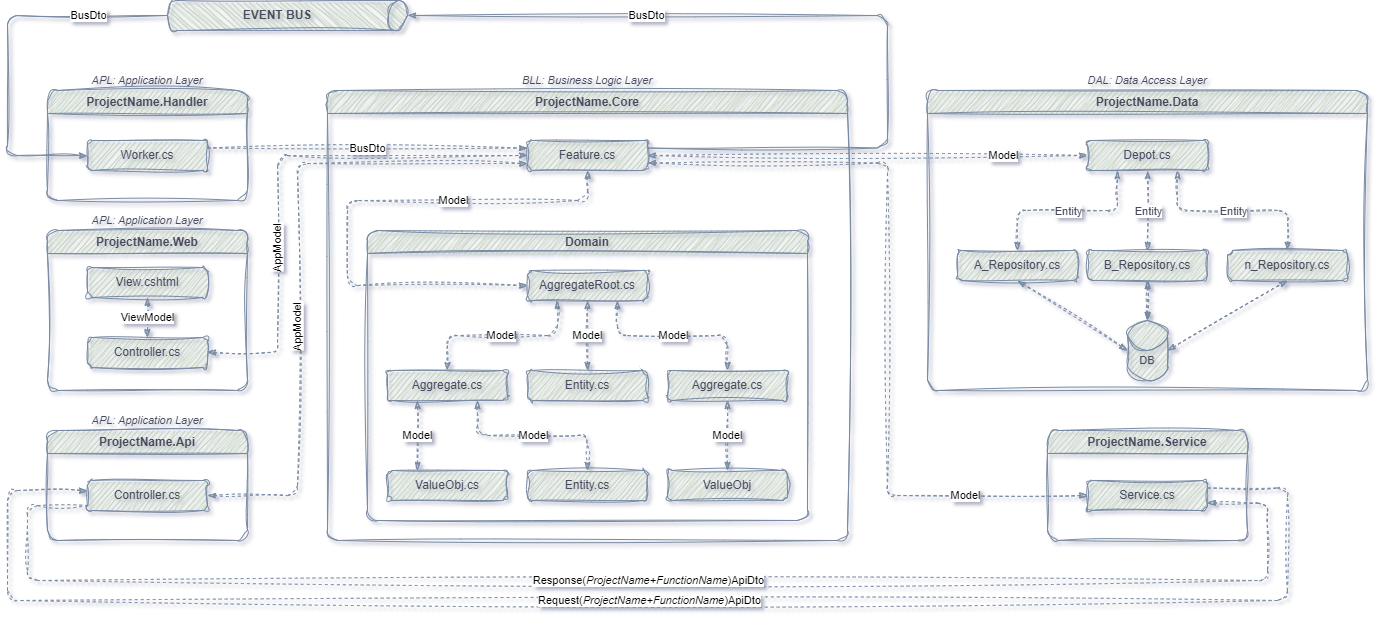
Earlier version of the draw.io export docs/SolutionArchitecture.png (iDoctor1977/MicroServicesTemplate). Source tidied: cells renumbered, new cells last; positions are measured from the earlier drawing's top-left corner, leaving out a move shared by most shapes.
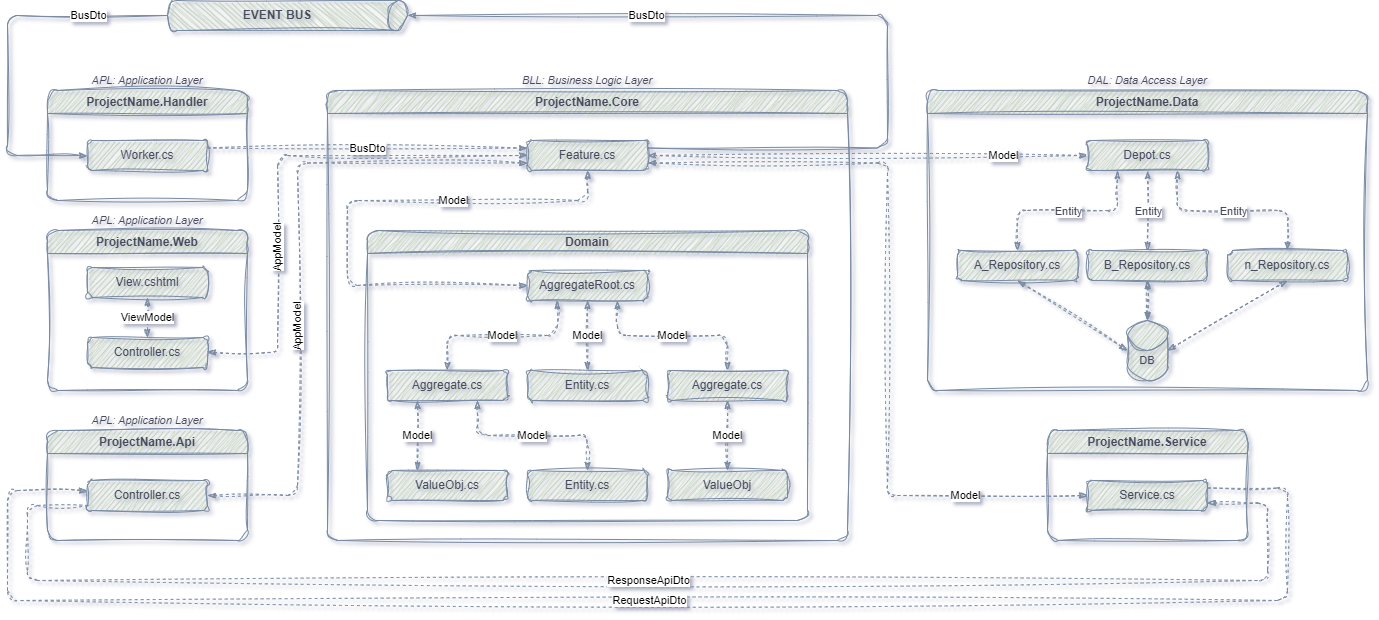
The same file after the commit.

Diff of the diagram source:
```diff
@@ -218,7 +218,7 @@
     <mxCell id="61" value="APL:&amp;nbsp;Application Layer" style="text;strokeColor=none;align=center;fillColor=none;html=1;verticalAlign=middle;whiteSpace=wrap;rounded=1;fontSize=11;fontFamily=Helvetica;fontColor=#46495D;fontStyle=2;labelBackgroundColor=none;sketch=1;curveFitting=1;jiggle=2;" parent="1" vertex="1">
       <mxGeometry x="40" y="70" width="200" height="20" as="geometry" />
     </mxCell>
-    <mxCell id="62" value="Request(&lt;i&gt;ProjectName+FunctionName&lt;/i&gt;)ApiDto" style="edgeStyle=orthogonalEdgeStyle;shape=connector;rounded=1;jettySize=auto;html=1;dashed=1;labelBackgroundColor=default;strokeColor=#788AA3;align=center;verticalAlign=middle;fontFamily=Helvetica;fontSize=11;fontColor=default;startArrow=none;startFill=0;endArrow=classicThin;endFill=1;entryX=0;entryY=0.25;entryDx=0;entryDy=0;labelBorderColor=none;exitX=1;exitY=0.25;exitDx=0;exitDy=0;sketch=1;curveFitting=1;jiggle=2;" parent="1" edge="1" source="44">
+    <mxCell id="62" value="RequestApiDto" style="edgeStyle=orthogonalEdgeStyle;shape=connector;rounded=1;jettySize=auto;html=1;dashed=1;labelBackgroundColor=default;strokeColor=#788AA3;align=center;verticalAlign=middle;fontFamily=Helvetica;fontSize=11;fontColor=default;startArrow=none;startFill=0;endArrow=classicThin;endFill=1;entryX=0;entryY=0.25;entryDx=0;entryDy=0;labelBorderColor=none;exitX=1;exitY=0.25;exitDx=0;exitDy=0;sketch=1;curveFitting=1;jiggle=2;" parent="1" edge="1" source="44">
       <mxGeometry relative="1" as="geometry">
         <mxPoint x="80" y="490" as="targetPoint" />
         <Array as="points">
@@ -229,7 +229,7 @@
         </Array>
       </mxGeometry>
     </mxCell>
-    <mxCell id="63" value="Response(&lt;i style=&quot;border-color: var(--border-color);&quot;&gt;ProjectName+FunctionName&lt;/i&gt;)ApiDto" style="edgeStyle=orthogonalEdgeStyle;shape=connector;rounded=1;jettySize=auto;html=1;exitX=1;exitY=0.75;exitDx=0;exitDy=0;entryX=0;entryY=0.75;entryDx=0;entryDy=0;dashed=1;labelBackgroundColor=default;strokeColor=#788AA3;align=center;verticalAlign=middle;fontFamily=Helvetica;fontSize=11;fontColor=default;startArrow=classicThin;startFill=1;endArrow=none;endFill=0;sketch=1;curveFitting=1;jiggle=2;" parent="1" edge="1" source="44">
+    <mxCell id="63" value="ResponseApiDto" style="edgeStyle=orthogonalEdgeStyle;shape=connector;rounded=1;jettySize=auto;html=1;exitX=1;exitY=0.75;exitDx=0;exitDy=0;entryX=0;entryY=0.75;entryDx=0;entryDy=0;dashed=1;labelBackgroundColor=default;strokeColor=#788AA3;align=center;verticalAlign=middle;fontFamily=Helvetica;fontSize=11;fontColor=default;startArrow=classicThin;startFill=1;endArrow=none;endFill=0;sketch=1;curveFitting=1;jiggle=2;" parent="1" edge="1" source="44">
       <mxGeometry relative="1" as="geometry">
         <mxPoint x="80" y="505" as="targetPoint" />
         <Array as="points">
```
